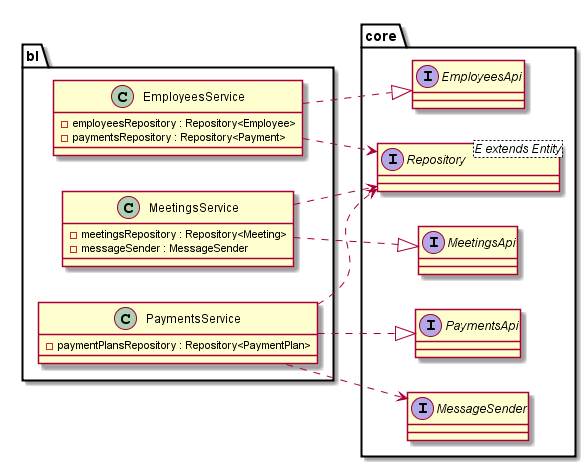
Above: diagrams/classes/bl.png in JohnKhandygo/employee-managment (PlantUML), before the change.
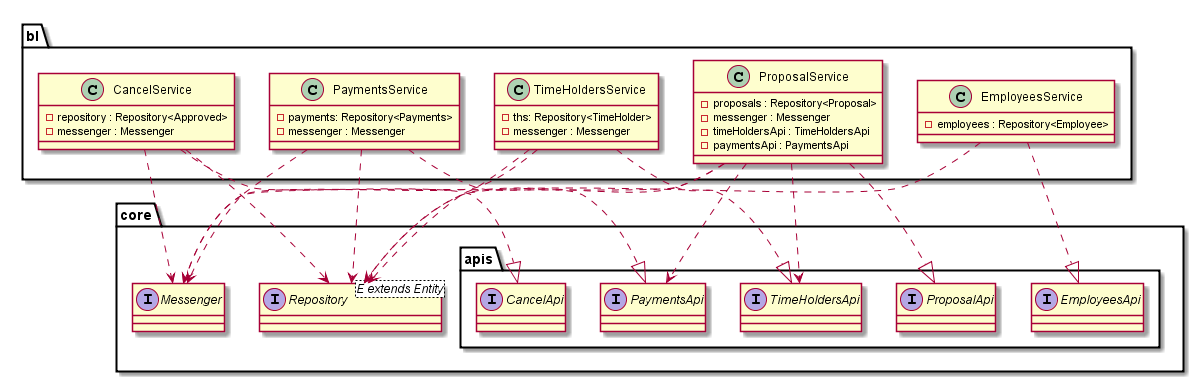
Above is the later version.

What changed in the source:
```diff
@@ -1,36 +1,60 @@
 @startuml
-left to right direction
 
 package "core" {
-  interface EmployeesApi
-  interface MeetingsApi
-  interface PaymentsApi
+  package "apis" {
+    interface EmployeesApi
+    interface CancelApi
+    interface PaymentsApi
+    interface ProposalApi
+    interface TimeHoldersApi
+  }
 
   interface Repository<E extends Entity>
-  interface MessageSender
+  interface Messenger
 }
 
 package "bl" {
   class EmployeesService {
-    - employeesRepository : Repository<Employee>
-    - paymentsRepository : Repository<Payment>
+    - employees : Repository<Employee>
   }
-  class MeetingsService {
-    - meetingsRepository : Repository<Meeting>
-    - messageSender : MessageSender
+  class CancelService {
+    - repository : Repository<Approved>
+    - messenger : Messenger
   }
   class PaymentsService {
-    - paymentPlansRepository : Repository<PaymentPlan>
+    - payments: Repository<Payments>
+    - messenger : Messenger
+  }
+  class ProposalService {
+    - proposals : Repository<Proposal>
+    - messenger : Messenger
+    - timeHoldersApi : TimeHoldersApi
+    - paymentsApi : PaymentsApi
+  }
+  class TimeHoldersService {
+    - ths: Repository<TimeHolder>
+    - messenger : Messenger
   }
 }
 
 EmployeesService ..|> EmployeesApi
-MeetingsService ..|> MeetingsApi
+CancelService ..|> CancelApi
+TimeHoldersService ..|> TimeHoldersApi
+ProposalService ..|> ProposalApi
 PaymentsService ..|> PaymentsApi
 
 EmployeesService ..> Repository
-MeetingsService ..> Repository
+CancelService ..> Repository
+ProposalService ..> Repository
 PaymentsService ..> Repository
-PaymentsService ..> MessageSender
+TimeHoldersService ..> Repository
+
+CancelService ..> Messenger
+ProposalService ..> Messenger
+PaymentsService ..> Messenger
+TimeHoldersService ..> Messenger
+
+ProposalService ..> TimeHoldersApi
+ProposalService ..> PaymentsApi
 
 @enduml
```
